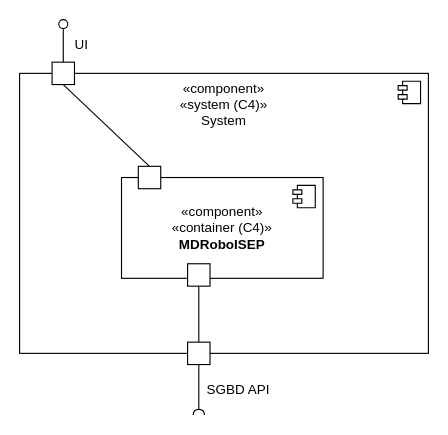
This is docs/N2/VL.drawio from SEM5PI2324G58/sem5pi_g58_23_24, a draw.io file, before an edit. Source tidied: cells renumbered, new cells numbered last; positions are measured from the earlier drawing's top-left corner, leaving out a move shared by most shapes. Both pictures are drawn from the tidied source at 112%, with x=0, y=0 at pixel (19, 19).
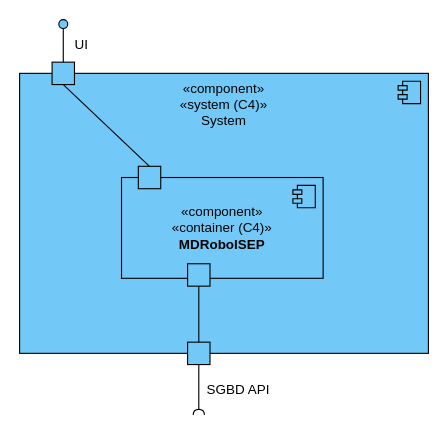
Above is the later version.

Change to the diagram source:
```diff
@@
 <mxGraphModel>
   <root>
     <mxCell id="0" />
     <mxCell id="1" parent="0" />
-    <mxCell id="2" value="«component»&lt;br&gt;«system (C4)»&lt;br&gt;System" style="html=1;whiteSpace=wrap;verticalAlign=top;" parent="1" vertex="1">
+    <mxCell id="2" value="«component»&lt;br&gt;«system (C4)»&lt;br&gt;System" style="html=1;whiteSpace=wrap;verticalAlign=top;fillColor=#72c9f7;" parent="1" vertex="1">
       <mxGeometry y="48" width="365" height="250" as="geometry" />
     </mxCell>
-    <mxCell id="3" style="shape=module;jettyWidth=8;jettyHeight=4;" parent="2" vertex="1">
+    <mxCell id="3" style="shape=module;jettyWidth=8;jettyHeight=4;fillColor=#72c9f7;" parent="2" vertex="1">
       <mxGeometry x="1" width="20" height="20" relative="1" as="geometry">
         <mxPoint x="-27" y="7" as="offset" />
       </mxGeometry>
     </mxCell>
-    <mxCell id="4" style="html=1;rounded=0;" parent="1" vertex="1">
+    <mxCell id="4" style="html=1;rounded=0;fillColor=#72c9f7;" parent="1" vertex="1">
       <mxGeometry x="29" y="38" width="20" height="20" as="geometry" />
     </mxCell>
     <mxCell id="5" style="endArrow=none;html=1;rounded=0;align=center;verticalAlign=top;endFill=0;labelBackgroundColor=none;endSize=2;" parent="1" edge="1" source="4" target="6">
       <mxGeometry relative="1" as="geometry" />
     </mxCell>
-    <mxCell id="6" style="ellipse;html=1;fontSize=11;align=center;fillColor=none;points=[];verticalAlign=bottom;labelPosition=center;verticalLabelPosition=top;flipH=1;" parent="1" vertex="1">
+    <mxCell id="6" style="ellipse;html=1;fontSize=11;align=center;fillColor=#72c9f7;points=[];verticalAlign=bottom;labelPosition=center;verticalLabelPosition=top;flipH=1;" parent="1" vertex="1">
       <mxGeometry x="35" width="8" height="8" as="geometry" />
     </mxCell>
     <mxCell id="7" style="endArrow=none;html=1;rounded=0;align=center;verticalAlign=top;endFill=0;labelBackgroundColor=none;endSize=2;" parent="1" edge="1" target="8">
       <mxGeometry relative="1" as="geometry">
         <mxPoint x="160" y="308" as="sourcePoint" />
       </mxGeometry>
     </mxCell>
     <mxCell id="8" style="shape=requiredInterface;html=1;fontSize=11;align=center;fillColor=none;points=[];verticalAlign=bottom;labelPosition=center;verticalLabelPosition=top;flipH=1;direction=north;" parent="1" vertex="1">
       <mxGeometry x="155" y="348" width="10" height="5" as="geometry" />
     </mxCell>
-    <mxCell id="9" style="html=1;rounded=0;" parent="1" vertex="1">
+    <mxCell id="9" style="html=1;rounded=0;fillColor=#72c9f7;" parent="1" vertex="1">
       <mxGeometry x="150" y="288" width="20" height="20" as="geometry" />
     </mxCell>
     <mxCell id="10" value="UI" style="text;html=1;align=center;verticalAlign=middle;strokeColor=none;fillColor=none;" parent="1" vertex="1">
       <mxGeometry x="35" y="8" width="40" height="30" as="geometry" />
     </mxCell>
     <mxCell id="11" value="SGBD API" style="text;html=1;align=center;verticalAlign=middle;strokeColor=none;fillColor=none;" parent="1" vertex="1">
       <mxGeometry x="155" y="316" width="80" height="30" as="geometry" />
     </mxCell>
-    <mxCell id="12" value="«component»&lt;br style=&quot;border-color: var(--border-color);&quot;&gt;«container (C4)»&lt;br&gt;&lt;b&gt;MDRoboISEP&lt;/b&gt;" style="html=1;whiteSpace=wrap;" parent="1" vertex="1">
+    <mxCell id="12" value="«component»&lt;br style=&quot;border-color: var(--border-color);&quot;&gt;«container (C4)»&lt;br&gt;&lt;b&gt;MDRoboISEP&lt;/b&gt;" style="html=1;whiteSpace=wrap;fillColor=#72c9f7;" parent="1" vertex="1">
       <mxGeometry x="91" y="141" width="180" height="90" as="geometry" />
     </mxCell>
-    <mxCell id="13" style="shape=module;jettyWidth=8;jettyHeight=4;" parent="12" vertex="1">
+    <mxCell id="13" style="shape=module;jettyWidth=8;jettyHeight=4;fillColor=#72c9f7;" parent="12" vertex="1">
       <mxGeometry x="1" width="20" height="20" relative="1" as="geometry">
         <mxPoint x="-27" y="7" as="offset" />
       </mxGeometry>
     </mxCell>
-    <mxCell id="14" style="html=1;rounded=0;" parent="1" vertex="1">
+    <mxCell id="14" style="html=1;rounded=0;fillColor=#72c9f7;" parent="1" vertex="1">
       <mxGeometry x="106" y="131" width="20" height="20" as="geometry" />
     </mxCell>
-    <mxCell id="15" style="html=1;rounded=0;" parent="1" vertex="1">
+    <mxCell id="15" style="html=1;rounded=0;fillColor=#72c9f7;" parent="1" vertex="1">
       <mxGeometry x="150" y="218" width="20" height="20" as="geometry" />
     </mxCell>
     <mxCell id="16" style="endArrow=none;html=1;rounded=0;entryX=0.5;entryY=1;entryDx=0;entryDy=0;exitX=0.5;exitY=0;exitDx=0;exitDy=0;" parent="1" edge="1" source="14" target="4">
       <mxGeometry relative="1" as="geometry" />
     </mxCell>
     <mxCell id="17" style="endArrow=none;html=1;rounded=0;entryX=0.5;entryY=0;entryDx=0;entryDy=0;exitX=0.5;exitY=1;exitDx=0;exitDy=0;" parent="1" edge="1" source="15" target="9">
       <mxGeometry relative="1" as="geometry" />
     </mxCell>
   </root>
 </mxGraphModel>
```
